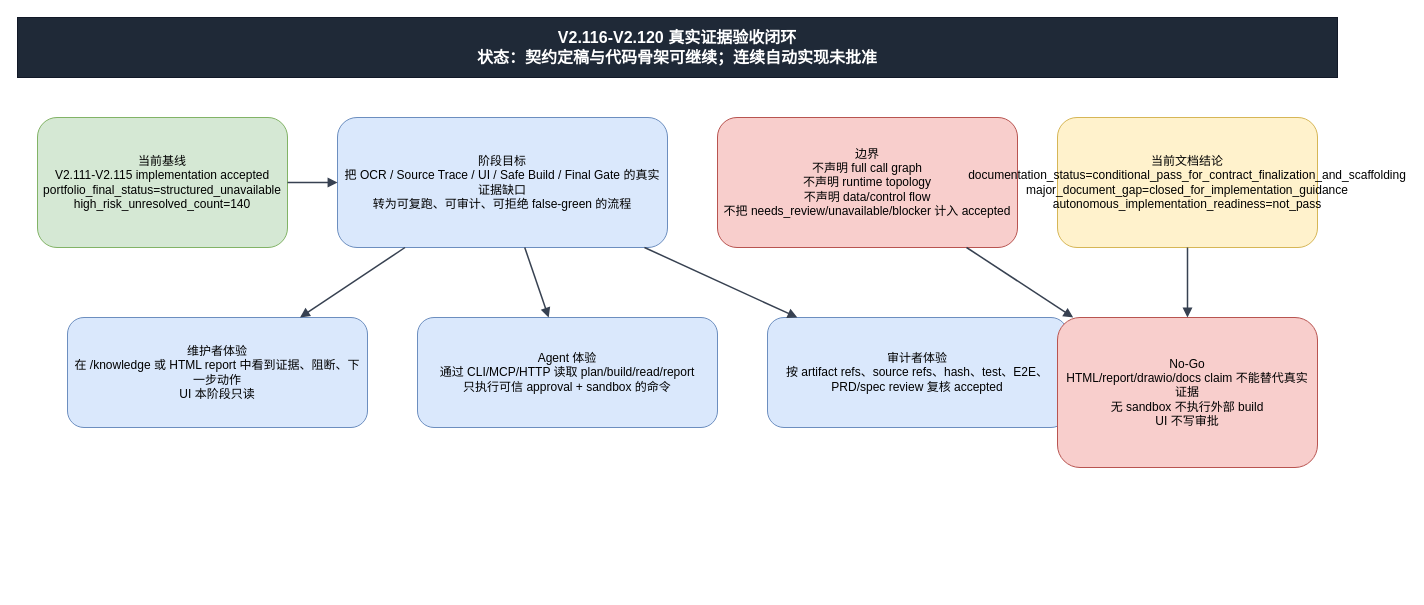
This is page "01 阶段目标与目标体验" (1 of 7) of docs/V2.x/V2_116_120_REAL_EVIDENCE_ACCEPTANCE_CLOSURE_TARGET_STATE.drawio from ljx418/data_service, a draw.io file, before an edit. Source tidied: cells renumbered, new cells numbered last; positions are measured from the earlier drawing's top-left corner, leaving out a move shared by most shapes. Both pictures are drawn from the tidied source at 100%, with x=0, y=0 at pixel (17, 17).
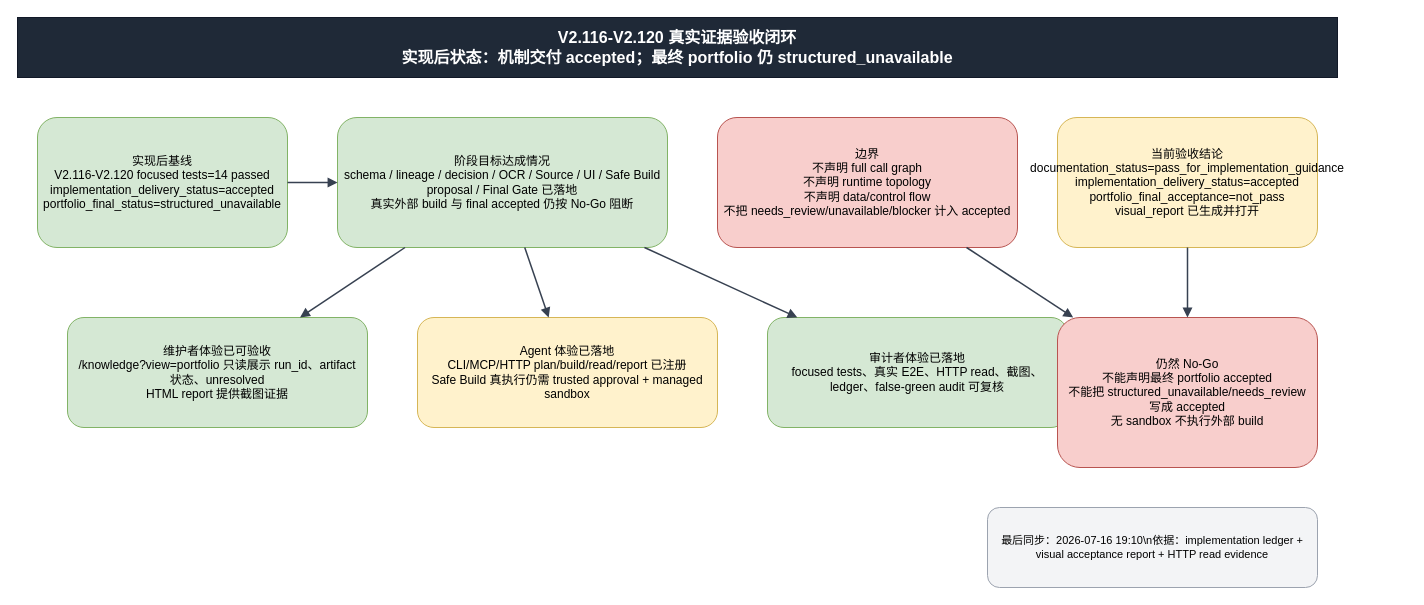
The same diagram, later.

Commit message (it also covers changes not shown here):
docs: sync v2.116 drawio acceptance state

Change to the diagram source:
```diff
@@
 <mxGraphModel>
   <root>
     <mxCell id="0" />
     <mxCell id="1" parent="0" />
-    <mxCell id="2" value="V2.116-V2.120 真实证据验收闭环&#10;状态：契约定稿与代码骨架可继续；连续自动实现未批准" style="rounded=0;whiteSpace=wrap;html=1;fillColor=#1f2937;strokeColor=#111827;fontColor=#ffffff;fontSize=16;fontStyle=1;align=center;verticalAlign=middle;spacing=8;" parent="1" vertex="1">
+    <mxCell id="2" value="V2.116-V2.120 真实证据验收闭环&#10;实现后状态：机制交付 accepted；最终 portfolio 仍 structured_unavailable" style="rounded=0;whiteSpace=wrap;html=1;fillColor=#1f2937;strokeColor=#111827;fontColor=#ffffff;fontSize=16;fontStyle=1;align=center;verticalAlign=middle;spacing=8;" parent="1" vertex="1">
       <mxGeometry width="1320" height="60" as="geometry" />
     </mxCell>
-    <mxCell id="3" value="当前基线&#10;V2.111-V2.115 implementation accepted&#10;portfolio_final_status=structured_unavailable&#10;high_risk_unresolved_count=140" style="rounded=1;whiteSpace=wrap;html=1;fillColor=#d5e8d4;strokeColor=#82b366;fontSize=12;align=center;verticalAlign=middle;spacing=6;" parent="1" vertex="1">
+    <mxCell id="3" value="实现后基线&#10;V2.116-V2.120 focused tests=14 passed&#10;implementation_delivery_status=accepted&#10;portfolio_final_status=structured_unavailable" style="rounded=1;whiteSpace=wrap;html=1;fillColor=#d5e8d4;strokeColor=#82b366;fontSize=12;align=center;verticalAlign=middle;spacing=6;" parent="1" vertex="1">
       <mxGeometry x="20" y="100" width="250" height="130" as="geometry" />
     </mxCell>
-    <mxCell id="4" value="阶段目标&#10;把 OCR / Source Trace / UI / Safe Build / Final Gate 的真实证据缺口&#10;转为可复跑、可审计、可拒绝 false-green 的流程" style="rounded=1;whiteSpace=wrap;html=1;fillColor=#dae8fc;strokeColor=#6c8ebf;fontSize=12;align=center;verticalAlign=middle;spacing=6;" parent="1" vertex="1">
+    <mxCell id="4" value="阶段目标达成情况&#10;schema / lineage / decision / OCR / Source / UI / Safe Build proposal / Final Gate 已落地&#10;真实外部 build 与 final accepted 仍按 No-Go 阻断" style="rounded=1;whiteSpace=wrap;html=1;fillColor=#d5e8d4;strokeColor=#82b366;fontSize=12;align=center;verticalAlign=middle;spacing=6;" parent="1" vertex="1">
       <mxGeometry x="320" y="100" width="330" height="130" as="geometry" />
     </mxCell>
     <mxCell id="5" value="边界&#10;不声明 full call graph&#10;不声明 runtime topology&#10;不声明 data/control flow&#10;不把 needs_review/unavailable/blocker 计入 accepted" style="rounded=1;whiteSpace=wrap;html=1;fillColor=#f8cecc;strokeColor=#b85450;fontSize=12;align=center;verticalAlign=middle;spacing=6;" parent="1" vertex="1">
       <mxGeometry x="700" y="100" width="300" height="130" as="geometry" />
     </mxCell>
-    <mxCell id="6" value="当前文档结论&#10;documentation_status=conditional_pass_for_contract_finalization_and_scaffolding&#10;major_document_gap=closed_for_implementation_guidance&#10;autonomous_implementation_readiness=not_pass" style="rounded=1;whiteSpace=wrap;html=1;fillColor=#fff2cc;strokeColor=#d6b656;fontSize=12;align=center;verticalAlign=middle;spacing=6;" parent="1" vertex="1">
+    <mxCell id="6" value="当前验收结论&#10;documentation_status=pass_for_implementation_guidance&#10;implementation_delivery_status=accepted&#10;portfolio_final_acceptance=not_pass&#10;visual_report 已生成并打开" style="rounded=1;whiteSpace=wrap;html=1;fillColor=#fff2cc;strokeColor=#d6b656;fontSize=12;align=center;verticalAlign=middle;spacing=6;" parent="1" vertex="1">
       <mxGeometry x="1040" y="100" width="260" height="130" as="geometry" />
     </mxCell>
-    <mxCell id="7" value="维护者体验&#10;在 /knowledge 或 HTML report 中看到证据、阻断、下一步动作&#10;UI 本阶段只读" style="rounded=1;whiteSpace=wrap;html=1;fillColor=#dae8fc;strokeColor=#6c8ebf;fontSize=12;align=center;verticalAlign=middle;spacing=6;" parent="1" vertex="1">
+    <mxCell id="7" value="维护者体验已可验收&#10;/knowledge?view=portfolio 只读展示 run_id、artifact 状态、unresolved&#10;HTML report 提供截图证据" style="rounded=1;whiteSpace=wrap;html=1;fillColor=#d5e8d4;strokeColor=#82b366;fontSize=12;align=center;verticalAlign=middle;spacing=6;" parent="1" vertex="1">
       <mxGeometry x="50" y="300" width="300" height="110" as="geometry" />
     </mxCell>
-    <mxCell id="8" value="Agent 体验&#10;通过 CLI/MCP/HTTP 读取 plan/build/read/report&#10;只执行可信 approval + sandbox 的命令" style="rounded=1;whiteSpace=wrap;html=1;fillColor=#dae8fc;strokeColor=#6c8ebf;fontSize=12;align=center;verticalAlign=middle;spacing=6;" parent="1" vertex="1">
+    <mxCell id="8" value="Agent 体验已落地&#10;CLI/MCP/HTTP plan/build/read/report 已注册&#10;Safe Build 真执行仍需 trusted approval + managed sandbox" style="rounded=1;whiteSpace=wrap;html=1;fillColor=#fff2cc;strokeColor=#d6b656;fontSize=12;align=center;verticalAlign=middle;spacing=6;" parent="1" vertex="1">
       <mxGeometry x="400" y="300" width="300" height="110" as="geometry" />
     </mxCell>
-    <mxCell id="9" value="审计者体验&#10;按 artifact refs、source refs、hash、test、E2E、PRD/spec review 复核 accepted" style="rounded=1;whiteSpace=wrap;html=1;fillColor=#dae8fc;strokeColor=#6c8ebf;fontSize=12;align=center;verticalAlign=middle;spacing=6;" parent="1" vertex="1">
+    <mxCell id="9" value="审计者体验已落地&#10;focused tests、真实 E2E、HTTP read、截图、ledger、false-green audit 可复核" style="rounded=1;whiteSpace=wrap;html=1;fillColor=#d5e8d4;strokeColor=#82b366;fontSize=12;align=center;verticalAlign=middle;spacing=6;" parent="1" vertex="1">
       <mxGeometry x="750" y="300" width="300" height="110" as="geometry" />
     </mxCell>
-    <mxCell id="10" value="No-Go&#10;HTML/report/drawio/docs claim 不能替代真实证据&#10;无 sandbox 不执行外部 build&#10;UI 不写审批" style="rounded=1;whiteSpace=wrap;html=1;fillColor=#f8cecc;strokeColor=#b85450;fontSize=12;align=center;verticalAlign=middle;spacing=6;" parent="1" vertex="1">
+    <mxCell id="10" value="仍然 No-Go&#10;不能声明最终 portfolio accepted&#10;不能把 structured_unavailable/needs_review 写成 accepted&#10;无 sandbox 不执行外部 build" style="rounded=1;whiteSpace=wrap;html=1;fillColor=#f8cecc;strokeColor=#b85450;fontSize=12;align=center;verticalAlign=middle;spacing=6;" parent="1" vertex="1">
       <mxGeometry x="1040" y="300" width="260" height="150" as="geometry" />
     </mxCell>
     <mxCell id="11" style="endArrow=block;html=1;rounded=0;strokeColor=#374151;strokeWidth=1.5;" parent="1" edge="1" source="3" target="4">
       <mxGeometry relative="1" as="geometry" />
     </mxCell>
     <mxCell id="12" style="endArrow=block;html=1;rounded=0;strokeColor=#374151;strokeWidth=1.5;" parent="1" edge="1" source="4" target="7">
       <mxGeometry relative="1" as="geometry" />
     </mxCell>
     <mxCell id="13" style="endArrow=block;html=1;rounded=0;strokeColor=#374151;strokeWidth=1.5;" parent="1" edge="1" source="4" target="8">
       <mxGeometry relative="1" as="geometry" />
     </mxCell>
     <mxCell id="14" style="endArrow=block;html=1;rounded=0;strokeColor=#374151;strokeWidth=1.5;" parent="1" edge="1" source="4" target="9">
       <mxGeometry relative="1" as="geometry" />
     </mxCell>
     <mxCell id="15" style="endArrow=block;html=1;rounded=0;strokeColor=#374151;strokeWidth=1.5;" parent="1" edge="1" source="5" target="10">
       <mxGeometry relative="1" as="geometry" />
     </mxCell>
     <mxCell id="16" style="endArrow=block;html=1;rounded=0;strokeColor=#374151;strokeWidth=1.5;" parent="1" edge="1" source="6" target="10">
       <mxGeometry relative="1" as="geometry" />
     </mxCell>
+    <mxCell id="17" value="最后同步：2026-07-16 19:10\n依据：implementation ledger + visual acceptance report + HTTP read evidence" style="rounded=1;whiteSpace=wrap;html=1;fillColor=#f3f4f6;strokeColor=#9ca3af;fontSize=11;align=center;verticalAlign=middle;spacing=6;" parent="1" vertex="1">
+      <mxGeometry x="970" y="490" width="330" height="80" as="geometry" />
+    </mxCell>
   </root>
 </mxGraphModel>
```
